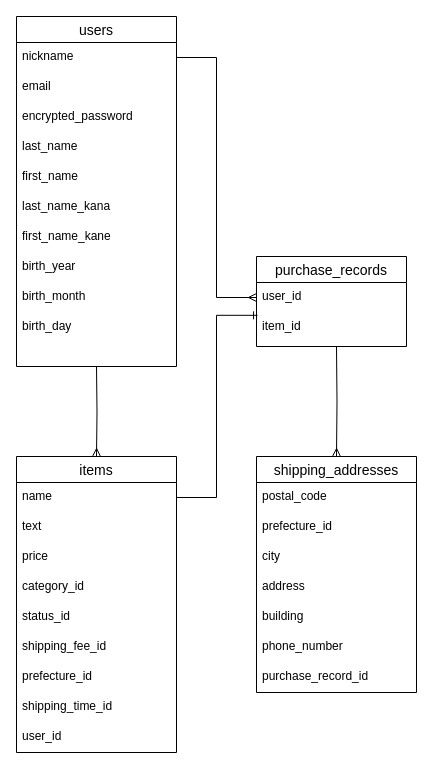
Earlier version of the draw.io diagram er.dio (miwaark0810/furima-31762). Source tidied: cells renumbered, new cells numbered last; positions are measured from the earlier drawing's top-left corner, leaving out a move shared by most shapes. Both pictures are drawn from the tidied source at 100%, with x=0, y=0 at pixel (16, 16).
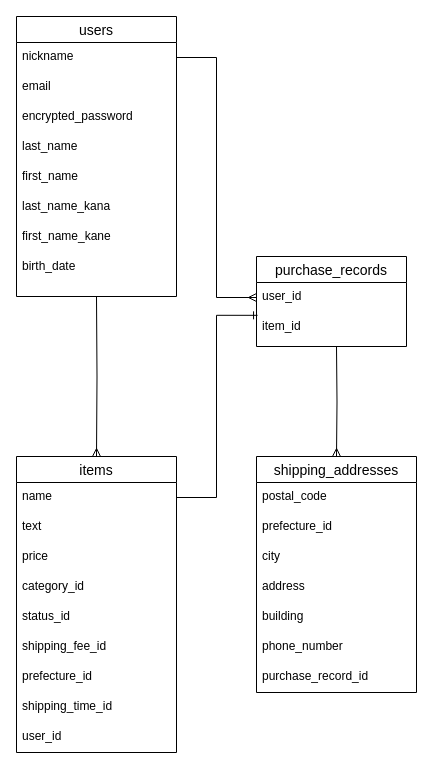
The same page after the edit.

Commit message (it also covers changes not shown here):
生年月日のカラム修正

Unchanged cells that the change refers to:
```xml
<mxCell id="14" value="items" style="swimlane;fontStyle=0;horizontal=1;startSize=26;align=center;fontSize=14;" parent="1" vertex="1">
  <mxGeometry y="440" width="160" height="296" as="geometry" />
</mxCell>
```

The edit, as a diff of the source:
```diff
@@
     <mxCell id="2" value="users" style="swimlane;fontStyle=0;horizontal=1;startSize=26;align=center;fontSize=14;" parent="1" vertex="1">
-      <mxGeometry width="160" height="350" as="geometry" />
+      <mxGeometry width="160" height="280" as="geometry" />
     </mxCell>
@@
-    <mxCell id="10" value="birth_year" style="text;strokeColor=none;fillColor=none;spacingLeft=4;spacingRight=4;overflow=hidden;fontSize=12;" parent="2" vertex="1">
-      <mxGeometry y="236" width="160" height="30" as="geometry" />
+    <mxCell id="10" value="birth_date" style="text;strokeColor=none;fillColor=none;spacingLeft=4;spacingRight=4;overflow=hidden;fontSize=12;" parent="2" vertex="1">
+      <mxGeometry y="236" width="160" height="44" as="geometry" />
     </mxCell>
-    <mxCell id="11" value="birth_month" style="text;strokeColor=none;fillColor=none;spacingLeft=4;spacingRight=4;overflow=hidden;fontSize=12;" parent="2" vertex="1">
-      <mxGeometry y="266" width="160" height="30" as="geometry" />
-    </mxCell>
-    <mxCell id="12" value="birth_day" style="text;strokeColor=none;fillColor=none;spacingLeft=4;spacingRight=4;overflow=hidden;fontSize=12;" parent="2" vertex="1">
-      <mxGeometry y="296" width="160" height="54" as="geometry" />
-    </mxCell>
-    <mxCell id="13" style="edgeStyle=orthogonalEdgeStyle;rounded=0;jettySize=auto;html=1;exitX=0.5;exitY=0;exitDx=0;exitDy=0;entryX=0.5;entryY=0;entryDx=0;entryDy=0;endArrow=ERmany;endFill=0;" parent="1" edge="1" target="14">
+    <mxCell id="13" style="edgeStyle=orthogonalEdgeStyle;rounded=0;jettySize=auto;html=1;entryX=0.5;entryY=0;entryDx=0;entryDy=0;endArrow=ERmany;endFill=0;" parent="1" edge="1" target="14">
       <mxGeometry relative="1" as="geometry">
-        <mxPoint x="80" y="350" as="sourcePoint" />
+        <mxPoint x="80" y="280" as="sourcePoint" />
       </mxGeometry>
     </mxCell>
```
